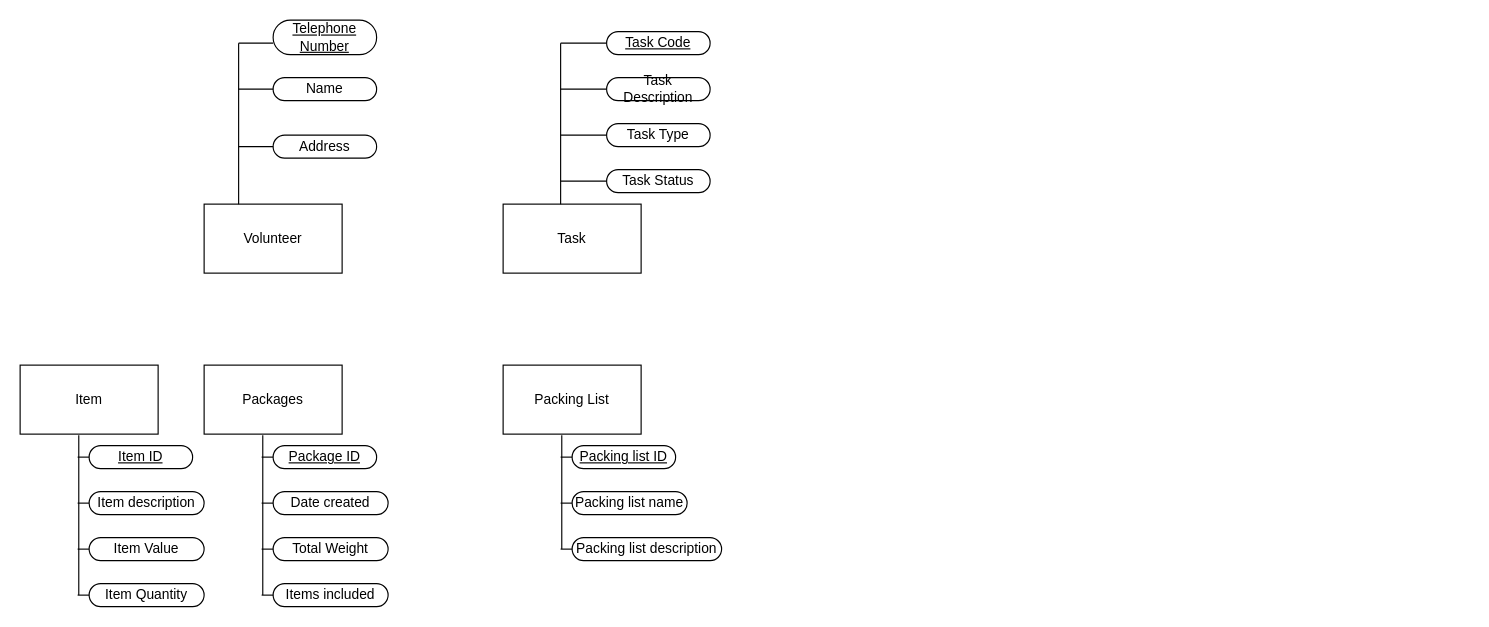
Before: Question1.drawio in LukeYaxley/Database_Project, a draw.io diagram. Source tidied: cells renumbered, new cells numbered last; positions are measured from the earlier drawing's top-left corner, leaving out a move shared by most shapes. Both pictures are drawn from the tidied source at 115%, with x=0, y=0 at pixel (20, 20).
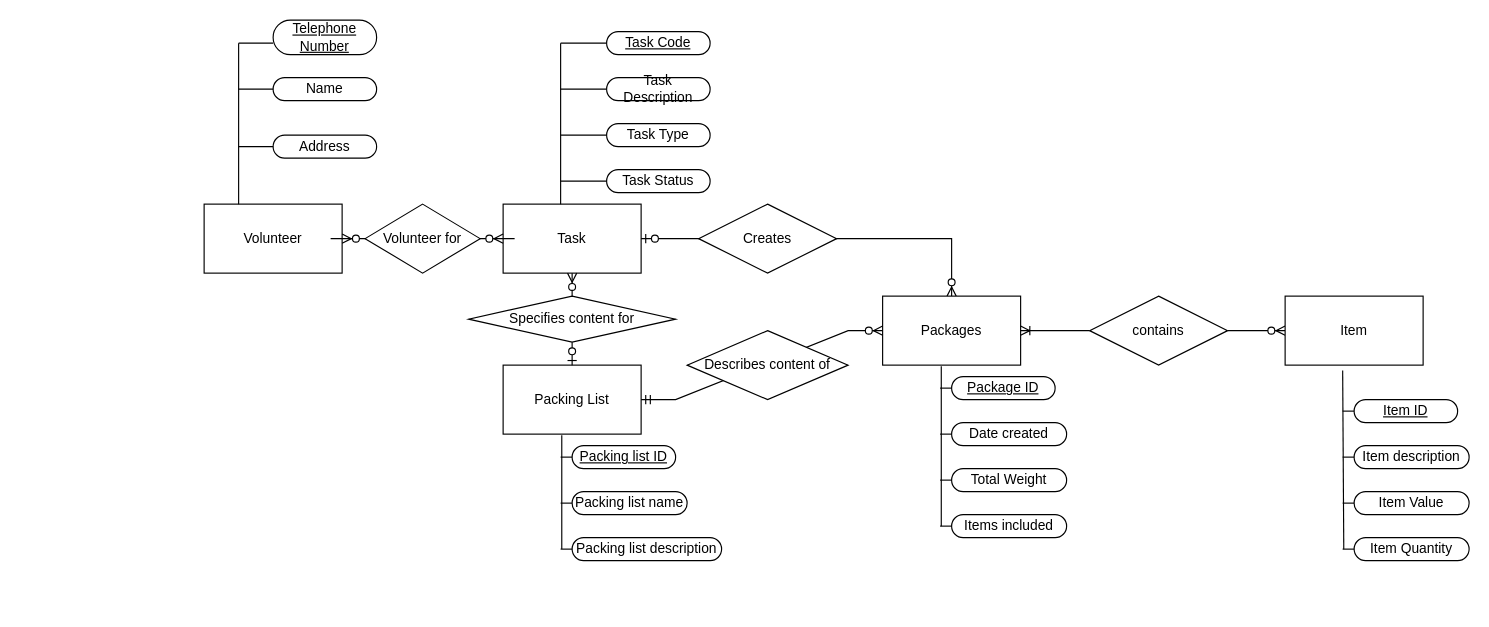
After the change.

Unchanged cells that the change refers to:
```xml
<mxCell id="2" value="Volunteer" style="rounded=0;whiteSpace=wrap;html=1;" parent="1" vertex="1">
  <mxGeometry x="160" y="160" width="120" height="60" as="geometry" />
</mxCell>
<mxCell id="6" value="Task" style="rounded=0;whiteSpace=wrap;html=1;" parent="1" vertex="1">
  <mxGeometry x="420" y="160" width="120" height="60" as="geometry" />
</mxCell>
<mxCell id="22" value="Packing List" style="rounded=0;whiteSpace=wrap;html=1;" parent="21" vertex="1">
  <mxGeometry width="120" height="60" as="geometry" />
</mxCell>
```

Change to the diagram source:
```diff
@@
     <mxCell id="21" style="group;" parent="1" vertex="1">
-      <mxGeometry x="420" y="300" width="190" height="170" as="geometry" />
+      <mxGeometry x="420" y="300" width="270" height="170" as="geometry" />
     </mxCell>
@@
+    <mxCell id="52" style="edgeStyle=entityRelationEdgeStyle;fontSize=12;html=1;endArrow=ERzeroToMany;endFill=1;startArrow=none;rounded=0;entryX=0;entryY=0.5;entryDx=0;entryDy=0;exitX=1;exitY=0.5;exitDx=0;exitDy=0;" parent="1" edge="1" source="54" target="6">
+      <mxGeometry relative="1" as="geometry" />
+    </mxCell>
+    <mxCell id="53" style="edgeStyle=entityRelationEdgeStyle;fontSize=12;html=1;endArrow=none;endFill=1;startArrow=ERzeroToMany;rounded=0;entryX=0;entryY=0.5;entryDx=0;entryDy=0;exitX=1;exitY=0.5;exitDx=0;exitDy=0;" parent="1" edge="1" source="2" target="54">
+      <mxGeometry relative="1" as="geometry" />
+    </mxCell>
+    <mxCell id="54" value="Volunteer for" style="shape=rhombus;perimeter=rhombusPerimeter;whiteSpace=wrap;html=1;align=center;" parent="1" vertex="1">
+      <mxGeometry x="300" y="160" width="100" height="60" as="geometry" />
+    </mxCell>
+    <mxCell id="55" style="edgeStyle=orthogonalEdgeStyle;fontSize=12;html=1;endArrow=ERzeroToMany;startArrow=none;rounded=0;entryX=0.5;entryY=1;entryDx=0;entryDy=0;exitX=0.5;exitY=0;exitDx=0;exitDy=0;" parent="1" edge="1" source="56" target="6">
+      <mxGeometry relative="1" as="geometry" />
+    </mxCell>
+    <mxCell id="56" value="Specifies content for" style="shape=rhombus;perimeter=rhombusPerimeter;whiteSpace=wrap;html=1;align=center;" parent="1" vertex="1">
+      <mxGeometry x="390" y="240" width="180" height="40" as="geometry" />
+    </mxCell>
+    <mxCell id="57" style="edgeStyle=orthogonalEdgeStyle;fontSize=12;html=1;endArrow=none;startArrow=ERzeroToOne;rounded=0;entryX=0.5;entryY=1;entryDx=0;entryDy=0;exitX=0.5;exitY=0;exitDx=0;exitDy=0;" parent="1" edge="1" source="22" target="56">
+      <mxGeometry relative="1" as="geometry" />
+    </mxCell>
+    <mxCell id="58" style="edgeStyle=orthogonalEdgeStyle;fontSize=12;html=1;endArrow=ERzeroToMany;startArrow=ERzeroToOne;rounded=0;exitX=1;exitY=0.5;exitDx=0;exitDy=0;entryX=0.5;entryY=0;entryDx=0;entryDy=0;" parent="1" edge="1" source="6" target="31">
+      <mxGeometry relative="1" as="geometry" />
+    </mxCell>
+    <mxCell id="59" value="Creates" style="shape=rhombus;perimeter=rhombusPerimeter;whiteSpace=wrap;html=1;align=center;" parent="1" vertex="1">
+      <mxGeometry x="590" y="160" width="120" height="60" as="geometry" />
+    </mxCell>
+    <mxCell id="60" style="group;" parent="1" vertex="1">
+      <mxGeometry x="750" y="240" width="190" height="210" as="geometry" />
+    </mxCell>
-    <mxCell id="30" style="group;" parent="1" vertex="1">
-      <mxGeometry x="160" y="300" width="190" height="170" as="geometry" />
+    <mxCell id="30" style="group;" parent="60" vertex="1">
+      <mxGeometry width="190" height="200" as="geometry" />
     </mxCell>
+    <mxCell id="61" style="group;" parent="30" vertex="1">
+      <mxGeometry width="160" height="200" as="geometry" />
+    </mxCell>
-    <mxCell id="31" value="Packages" style="rounded=0;whiteSpace=wrap;html=1;" parent="30" vertex="1">
+    <mxCell id="31" value="Packages" style="rounded=0;whiteSpace=wrap;html=1;" parent="61" vertex="1">
       <mxGeometry width="120" height="60" as="geometry" />
     </mxCell>
-    <mxCell id="32" style="endArrow=none;html=1;rounded=0;entryX=0.425;entryY=1.017;entryDx=0;entryDy=0;entryPerimeter=0;" parent="30" edge="1" target="31">
+    <mxCell id="32" style="endArrow=none;html=1;rounded=0;entryX=0.425;entryY=1.017;entryDx=0;entryDy=0;entryPerimeter=0;" parent="61" edge="1" target="31">
       <mxGeometry relative="1" as="geometry">
         <mxPoint x="51" y="200" as="sourcePoint" />
       </mxGeometry>
     </mxCell>
-    <mxCell id="33" value="&lt;u&gt;Package ID&lt;/u&gt;" style="rounded=1;whiteSpace=wrap;html=1;arcSize=50;" parent="30" vertex="1">
+    <mxCell id="33" value="&lt;u&gt;Package ID&lt;/u&gt;" style="rounded=1;whiteSpace=wrap;html=1;arcSize=50;" parent="61" vertex="1">
       <mxGeometry x="60" y="70" width="90" height="20" as="geometry" />
     </mxCell>
-    <mxCell id="34" value="Date created" style="rounded=1;whiteSpace=wrap;html=1;arcSize=50;" parent="30" vertex="1">
+    <mxCell id="34" value="Date created" style="rounded=1;whiteSpace=wrap;html=1;arcSize=50;" parent="61" vertex="1">
       <mxGeometry x="60" y="110" width="100" height="20" as="geometry" />
     </mxCell>
-    <mxCell id="35" value="Total Weight" style="rounded=1;whiteSpace=wrap;html=1;arcSize=50;" parent="30" vertex="1">
+    <mxCell id="35" value="Total Weight" style="rounded=1;whiteSpace=wrap;html=1;arcSize=50;" parent="61" vertex="1">
       <mxGeometry x="60" y="150" width="100" height="20" as="geometry" />
     </mxCell>
-    <mxCell id="36" style="endArrow=none;html=1;rounded=0;" parent="30" edge="1">
+    <mxCell id="36" style="endArrow=none;html=1;rounded=0;" parent="61" edge="1">
       <mxGeometry relative="1" as="geometry">
         <mxPoint x="50" y="160" as="sourcePoint" />
         <mxPoint x="60" y="160" as="targetPoint" />
       </mxGeometry>
     </mxCell>
-    <mxCell id="37" style="endArrow=none;html=1;rounded=0;entryX=0;entryY=0.5;entryDx=0;entryDy=0;" parent="30" edge="1" target="34">
+    <mxCell id="37" style="endArrow=none;html=1;rounded=0;entryX=0;entryY=0.5;entryDx=0;entryDy=0;" parent="61" edge="1" target="34">
       <mxGeometry relative="1" as="geometry">
         <mxPoint x="50" y="120" as="sourcePoint" />
       </mxGeometry>
     </mxCell>
-    <mxCell id="38" style="endArrow=none;html=1;rounded=0;entryX=0;entryY=0.5;entryDx=0;entryDy=0;" parent="30" edge="1" target="33">
+    <mxCell id="38" style="endArrow=none;html=1;rounded=0;entryX=0;entryY=0.5;entryDx=0;entryDy=0;" parent="61" edge="1" target="33">
       <mxGeometry relative="1" as="geometry">
         <mxPoint x="50" y="80" as="sourcePoint" />
       </mxGeometry>
     </mxCell>
+    <mxCell id="50" value="Items included" style="rounded=1;whiteSpace=wrap;html=1;arcSize=50;" parent="60" vertex="1">
+      <mxGeometry x="60" y="190" width="100" height="20" as="geometry" />
+    </mxCell>
+    <mxCell id="51" style="endArrow=none;html=1;rounded=0;" parent="60" edge="1">
+      <mxGeometry relative="1" as="geometry">
+        <mxPoint x="50" y="200" as="sourcePoint" />
+        <mxPoint x="60" y="200" as="targetPoint" />
+      </mxGeometry>
+    </mxCell>
+    <mxCell id="62" style="group;" parent="1" vertex="1">
+      <mxGeometry x="930" y="240" width="190" height="210" as="geometry" />
+    </mxCell>
-    <mxCell id="39" style="group;" parent="1" vertex="1">
-      <mxGeometry y="300" width="190" height="170" as="geometry" />
+    <mxCell id="39" style="group;" parent="62" vertex="1">
+      <mxGeometry width="190" height="170" as="geometry" />
     </mxCell>
+    <mxCell id="41" style="endArrow=none;html=1;rounded=0;entryX=0.417;entryY=1.078;entryDx=0;entryDy=0;entryPerimeter=0;" parent="39" edge="1" target="40">
+      <mxGeometry relative="1" as="geometry">
+        <mxPoint x="221" y="220" as="sourcePoint" />
+      </mxGeometry>
+    </mxCell>
+    <mxCell id="63" value="contains" style="shape=rhombus;perimeter=rhombusPerimeter;whiteSpace=wrap;html=1;align=center;" parent="39" vertex="1">
+      <mxGeometry width="120" height="60" as="geometry" />
+    </mxCell>
+    <mxCell id="64" style="edgeStyle=entityRelationEdgeStyle;fontSize=12;html=1;endArrow=ERzeroToMany;startArrow=ERmandOne;rounded=0;exitX=1;exitY=0.5;exitDx=0;exitDy=0;entryX=0;entryY=0.5;entryDx=0;entryDy=0;" parent="1" edge="1" source="22" target="31">
+      <mxGeometry relative="1" as="geometry" />
+    </mxCell>
+    <mxCell id="65" value="Describes content of" style="shape=rhombus;perimeter=rhombusPerimeter;whiteSpace=wrap;html=1;align=center;" parent="1" vertex="1">
+      <mxGeometry x="580" y="270" width="140" height="60" as="geometry" />
+    </mxCell>
+    <mxCell id="66" style="edgeStyle=entityRelationEdgeStyle;fontSize=12;html=1;endArrow=ERoneToMany;startArrow=none;rounded=0;entryX=1;entryY=0.5;entryDx=0;entryDy=0;exitX=0;exitY=0.5;exitDx=0;exitDy=0;" parent="1" edge="1" source="63" target="31">
+      <mxGeometry relative="1" as="geometry" />
+    </mxCell>
+    <mxCell id="67" style="edgeStyle=entityRelationEdgeStyle;fontSize=12;html=1;endArrow=none;startArrow=ERzeroToMany;rounded=0;entryX=1;entryY=0.5;entryDx=0;entryDy=0;exitX=0;exitY=0.5;exitDx=0;exitDy=0;" parent="1" edge="1" source="40" target="63">
+      <mxGeometry relative="1" as="geometry" />
+    </mxCell>
-    <mxCell id="40" value="Item" style="rounded=0;whiteSpace=wrap;html=1;" parent="39" vertex="1">
-      <mxGeometry width="120" height="60" as="geometry" />
+    <mxCell id="40" value="Item" style="rounded=0;whiteSpace=wrap;html=1;" parent="1" vertex="1">
+      <mxGeometry x="1100" y="240" width="120" height="60" as="geometry" />
     </mxCell>
-    <mxCell id="41" style="endArrow=none;html=1;rounded=0;entryX=0.425;entryY=1.017;entryDx=0;entryDy=0;entryPerimeter=0;" parent="39" edge="1" target="40">
-      <mxGeometry relative="1" as="geometry">
-        <mxPoint x="51" y="200" as="sourcePoint" />
-      </mxGeometry>
-    </mxCell>
-    <mxCell id="42" value="&lt;u&gt;Item ID&lt;/u&gt;" style="rounded=1;whiteSpace=wrap;html=1;arcSize=50;" parent="39" vertex="1">
-      <mxGeometry x="60" y="70" width="90" height="20" as="geometry" />
+    <mxCell id="42" value="&lt;u&gt;Item ID&lt;/u&gt;" style="rounded=1;whiteSpace=wrap;html=1;arcSize=50;" parent="1" vertex="1">
+      <mxGeometry x="1160" y="330" width="90" height="20" as="geometry" />
     </mxCell>
-    <mxCell id="43" value="Item description" style="rounded=1;whiteSpace=wrap;html=1;arcSize=50;" parent="39" vertex="1">
-      <mxGeometry x="60" y="110" width="100" height="20" as="geometry" />
+    <mxCell id="43" value="Item description" style="rounded=1;whiteSpace=wrap;html=1;arcSize=50;" parent="1" vertex="1">
+      <mxGeometry x="1160" y="370" width="100" height="20" as="geometry" />
     </mxCell>
-    <mxCell id="44" value="Item Value" style="rounded=1;whiteSpace=wrap;html=1;arcSize=50;" parent="39" vertex="1">
-      <mxGeometry x="60" y="150" width="100" height="20" as="geometry" />
+    <mxCell id="44" value="Item Value" style="rounded=1;whiteSpace=wrap;html=1;arcSize=50;" parent="1" vertex="1">
+      <mxGeometry x="1160" y="410" width="100" height="20" as="geometry" />
     </mxCell>
-    <mxCell id="45" style="endArrow=none;html=1;rounded=0;" parent="39" edge="1">
+    <mxCell id="45" style="endArrow=none;html=1;rounded=0;" parent="1" edge="1">
       <mxGeometry relative="1" as="geometry">
-        <mxPoint x="50" y="160" as="sourcePoint" />
-        <mxPoint x="60" y="160" as="targetPoint" />
+        <mxPoint x="1150" y="420" as="sourcePoint" />
+        <mxPoint x="1160" y="420" as="targetPoint" />
       </mxGeometry>
     </mxCell>
-    <mxCell id="46" style="endArrow=none;html=1;rounded=0;entryX=0;entryY=0.5;entryDx=0;entryDy=0;" parent="39" edge="1" target="43">
+    <mxCell id="46" style="endArrow=none;html=1;rounded=0;entryX=0;entryY=0.5;entryDx=0;entryDy=0;" parent="1" edge="1" target="43">
       <mxGeometry relative="1" as="geometry">
-        <mxPoint x="50" y="120" as="sourcePoint" />
+        <mxPoint x="1150" y="380" as="sourcePoint" />
       </mxGeometry>
     </mxCell>
-    <mxCell id="47" style="endArrow=none;html=1;rounded=0;entryX=0;entryY=0.5;entryDx=0;entryDy=0;" parent="39" edge="1" target="42">
+    <mxCell id="47" style="endArrow=none;html=1;rounded=0;entryX=0;entryY=0.5;entryDx=0;entryDy=0;" parent="1" edge="1" target="42">
       <mxGeometry relative="1" as="geometry">
-        <mxPoint x="50" y="80" as="sourcePoint" />
+        <mxPoint x="1150" y="340" as="sourcePoint" />
       </mxGeometry>
     </mxCell>
     <mxCell id="48" value="Item Quantity" style="rounded=1;whiteSpace=wrap;html=1;arcSize=50;" parent="1" vertex="1">
-      <mxGeometry x="60" y="490" width="100" height="20" as="geometry" />
+      <mxGeometry x="1160" y="450" width="100" height="20" as="geometry" />
     </mxCell>
     <mxCell id="49" style="endArrow=none;html=1;rounded=0;exitX=0;exitY=0.5;exitDx=0;exitDy=0;" parent="1" edge="1" source="48">
       <mxGeometry relative="1" as="geometry">
-        <mxPoint x="50" y="500" as="targetPoint" />
+        <mxPoint x="1150" y="460" as="targetPoint" />
       </mxGeometry>
     </mxCell>
-    <mxCell id="50" value="Items included" style="rounded=1;whiteSpace=wrap;html=1;arcSize=50;" parent="1" vertex="1">
-      <mxGeometry x="220" y="490" width="100" height="20" as="geometry" />
-    </mxCell>
-    <mxCell id="51" style="endArrow=none;html=1;rounded=0;" parent="1" edge="1">
-      <mxGeometry relative="1" as="geometry">
-        <mxPoint x="210" y="500" as="sourcePoint" />
-        <mxPoint x="220" y="500" as="targetPoint" />
-      </mxGeometry>
-    </mxCell>
```
